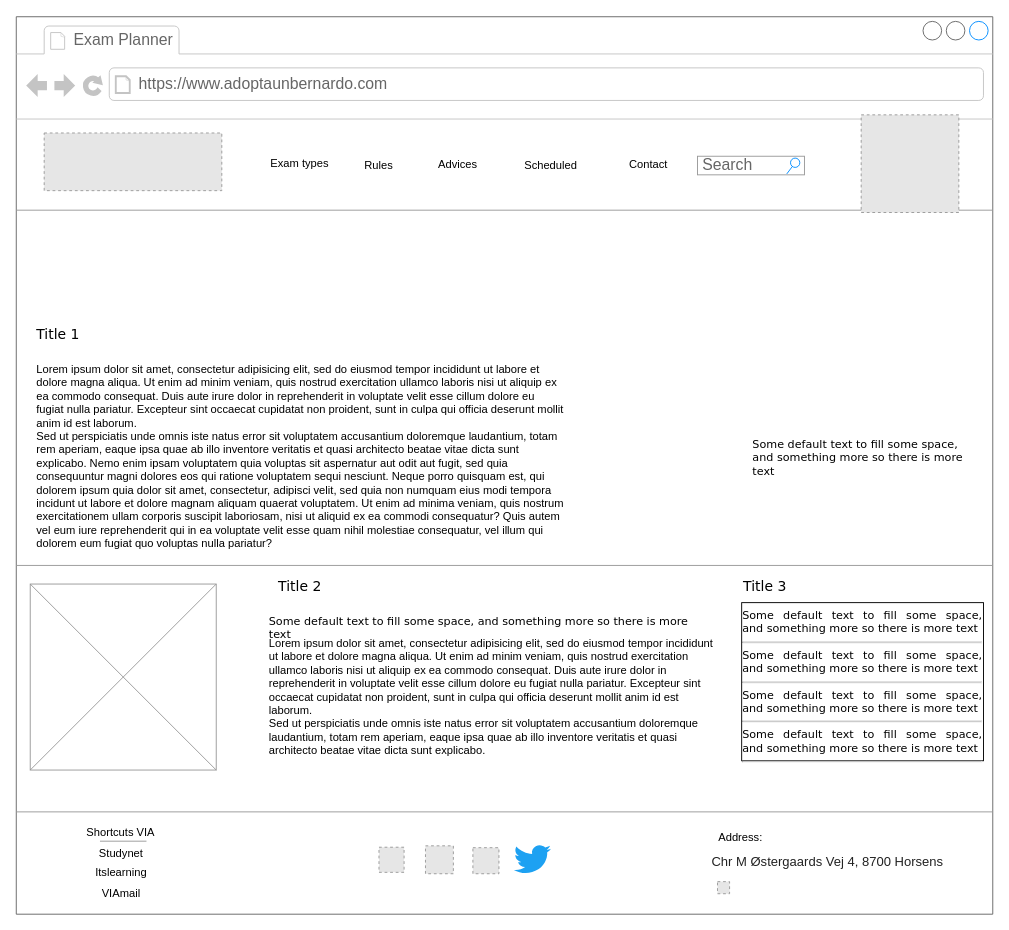
ViaSepGroup8/RWD1 keeps this draw.io diagram as drawings/Untitled Diagram.drawio. Above is the earlier version. Source tidied: cells renumbered, new cells numbered last; positions are measured from the earlier drawing's top-left corner, leaving out a move shared by most shapes. Both pictures are drawn from the tidied source at 93%, with x=0, y=0 at pixel (16, 16). Pictures stored in the file or linked from it are replaced by grey dashed boxes.
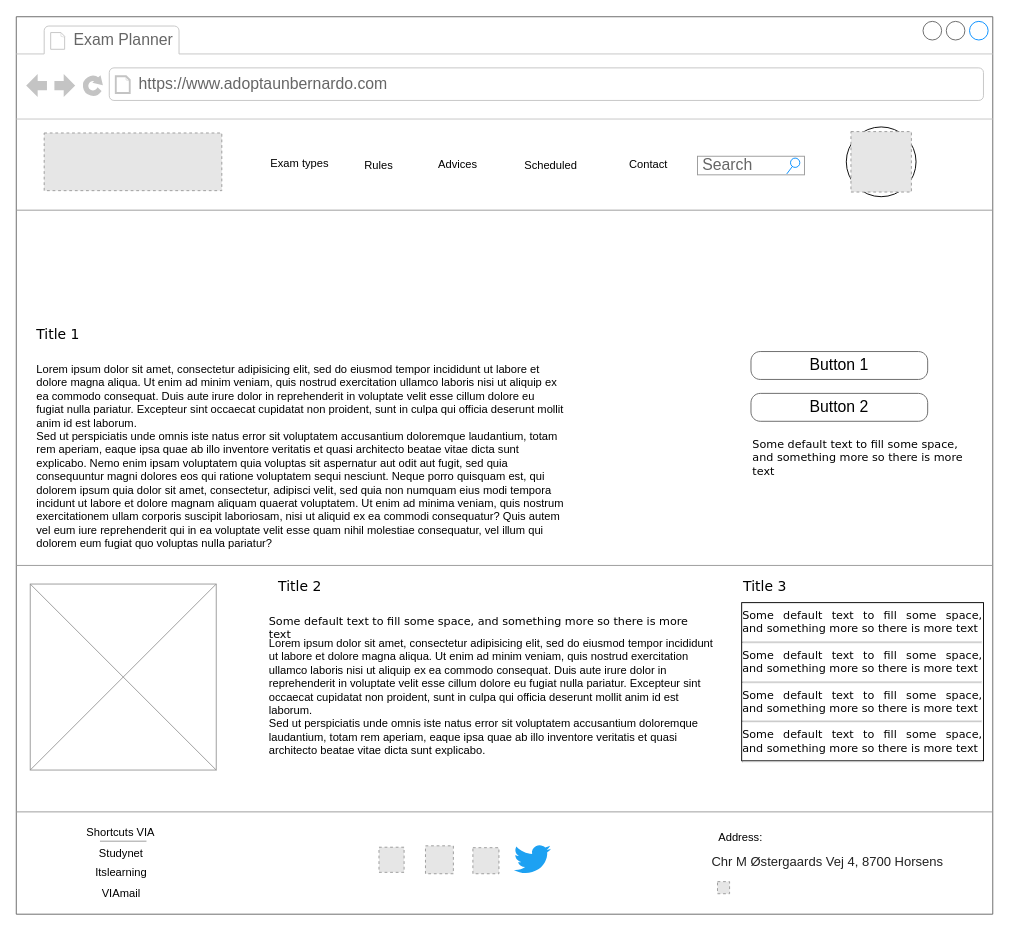
After the change.

The change refers to these unchanged cells:
```xml
<mxCell id="2" style="strokeWidth=1;shadow=0;dashed=0;align=center;html=1;shape=mxgraph.mockup.containers.browserWindow;rSize=0;fillColor=#ffffff;strokeColor=#666666;mainText=,;rounded=0;labelBackgroundColor=none;fontFamily=Verdana;fontSize=12;fontColor=#000000;" parent="1" vertex="1">
  <mxGeometry y="0.5" width="1050" height="965" as="geometry" />
</mxCell>
```

Change to the diagram source:
```diff
@@
+    <mxCell id="37" value="Button 1" style="strokeWidth=1;shadow=0;dashed=0;align=center;html=1;shape=mxgraph.mockup.buttons.button;strokeColor=#666666;fontColor=#000000;mainText=;buttonStyle=round;fontSize=17;fontStyle=0;fillColor=none;whiteSpace=wrap;rounded=0;labelBackgroundColor=none;" parent="2" vertex="1">
+      <mxGeometry x="790" y="360" width="190" height="30" as="geometry" />
+    </mxCell>
+    <mxCell id="38" value="Button 2" style="strokeWidth=1;shadow=0;dashed=0;align=center;html=1;shape=mxgraph.mockup.buttons.button;strokeColor=#666666;fontColor=#000000;mainText=;buttonStyle=round;fontSize=17;fontStyle=0;fillColor=none;whiteSpace=wrap;rounded=0;labelBackgroundColor=none;" parent="2" vertex="1">
+      <mxGeometry x="790" y="405" width="190" height="30" as="geometry" />
+    </mxCell>
@@
+    <mxCell id="39" style="ellipse;whiteSpace=wrap;html=1;" parent="2" vertex="1">
+      <mxGeometry x="892.5" y="118.5" width="75" height="75" as="geometry" />
+    </mxCell>
     <mxCell id="35" style="fillColor=#E6E6E6;strokeColor=#999999;dashed=1;verticalLabelPosition=bottom;verticalAlign=top;" parent="2" vertex="1">
-      <mxGeometry x="908.5" y="105.5" width="105" height="105" as="geometry" />
+      <mxGeometry x="897.5" y="123.5" width="65" height="65" as="geometry" />
     </mxCell>
```
